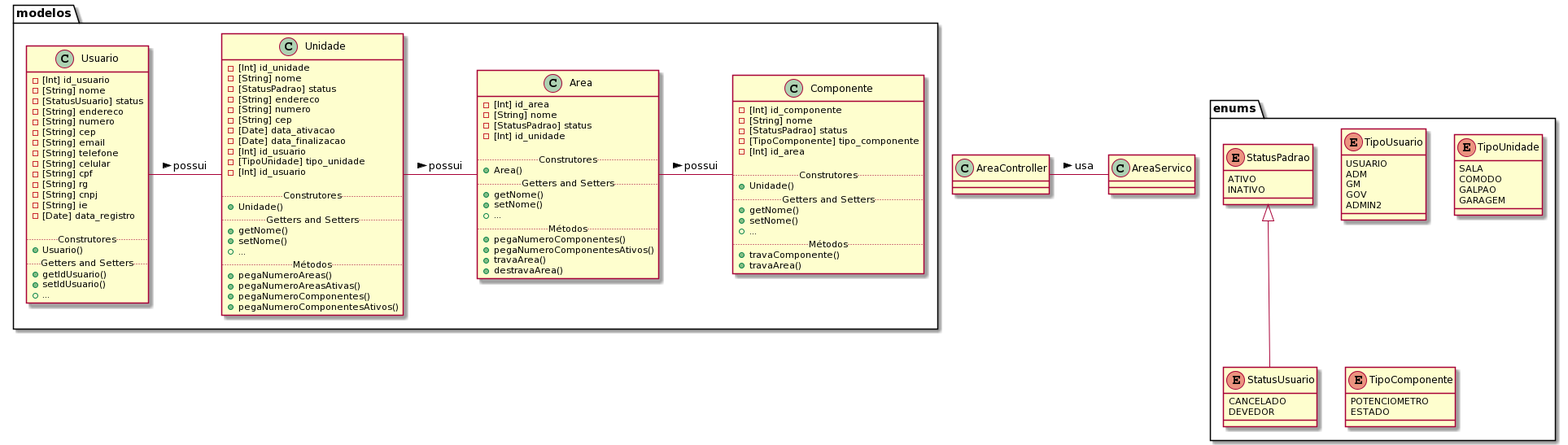
This is Projeto/Imagens/diagramageral.png from gutluana/Markab, a PlantUML export, as it was before one commit. The source it was exported from:
```plantuml
@startuml
package modelos {

class Usuario {
    -[Int] id_usuario
    -[String] nome
    -[StatusUsuario] status
    -[String] endereco
    -[String] numero
    -[String] cep
    -[String] email
    -[String] telefone
    -[String] celular
    -[String] cpf
    -[String] rg
    -[String] cnpj
    -[String] ie
    -[Date] data_registro

  .. Construtores ..
    +Usuario()
  .. Getters and Setters ..
    +getIdUsuario()
    +setIdUsuario()
    +...
}


class Unidade {
    -[Int] id_unidade
    -[String] nome
    -[StatusPadrao] status
    -[String] endereco
    -[String] numero
    -[String] cep
    -[Date] data_ativacao
    -[Date] data_finalizacao
    -[Int] id_usuario
    -[TipoUnidade] tipo_unidade
    -[Int] id_usuario

  .. Construtores ..
    +Unidade()
  .. Getters and Setters ..
    +getNome()
    +setNome()
    +...
  .. Métodos ..
    +pegaNumeroAreas()
    +pegaNumeroAreasAtivas()
    +pegaNumeroComponentes()
    +pegaNumeroComponentesAtivos()
}


class Area {
    -[Int] id_area
    -[String] nome
    -[StatusPadrao] status
    -[Int] id_unidade

  .. Construtores ..
    +Area()
  .. Getters and Setters ..
    +getNome()
    +setNome()
    +...
  .. Métodos ..
    +pegaNumeroComponentes()
    +pegaNumeroComponentesAtivos()
    +travaArea()
    +destravaArea()
}


class Componente {
    -[Int] id_componente
    -[String] nome
    -[StatusPadrao] status
    -[TipoComponente] tipo_componente
    -[Int] id_area

  .. Construtores ..
    +Unidade()
  .. Getters and Setters ..
    +getNome()
    +setNome()
    +...
  .. Métodos ..
    +travaComponente()
    +travaArea()
}


}

package enums{


enum StatusPadrao {
  ATIVO
  INATIVO
}


enum StatusUsuario extends StatusPadrao{
  CANCELADO
  DEVEDOR
}



enum TipoUsuario {
  USUARIO
  ADM
  GM
  GOV
  ADMIN2
}


enum TipoUnidade {
  SALA
  COMODO
  GALPAO
  GARAGEM
}


enum TipoComponente {
  POTENCIOMETRO
  ESTADO
}


}

Usuario - Unidade : possui >
Unidade - Area : possui >
Area - Componente : possui >

AreaController - AreaServico : usa >
@enduml
```
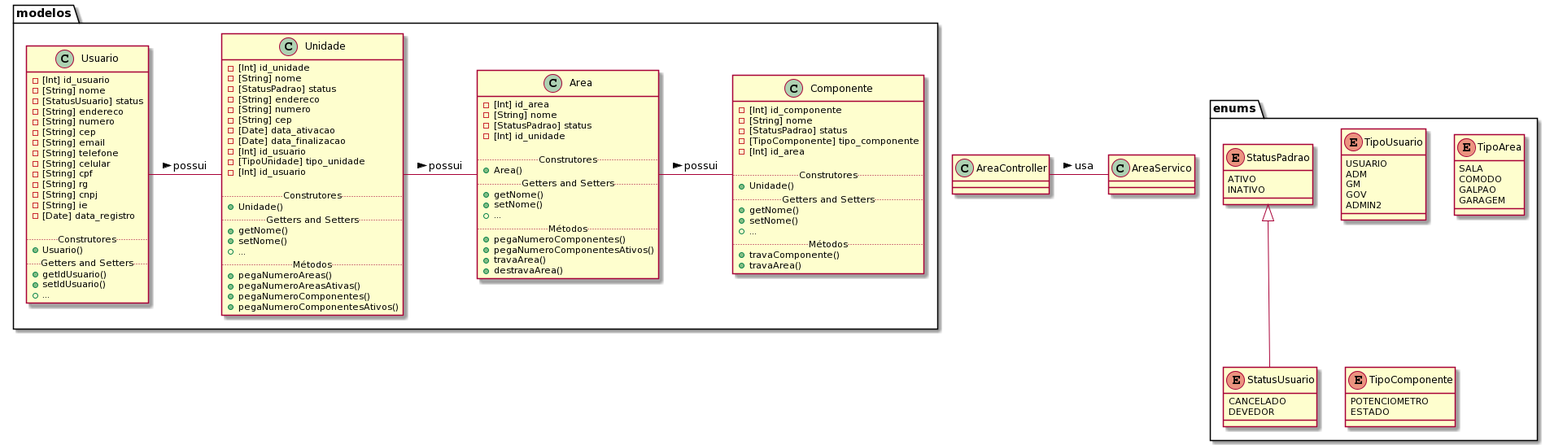
Later version of the same file.

Diff of the diagram source:
```diff
@@ -1,7 +1,6 @@
 @startuml
 package modelos {
-
-class Usuario {
+    class Usuario {
     -[Int] id_usuario
     -[String] nome
     -[StatusUsuario] status
@@ -24,9 +23,7 @@
     +setIdUsuario()
     +...
 }
-
-
-class Unidade {
+    class Unidade {
     -[Int] id_unidade
     -[String] nome
     -[StatusPadrao] status
@@ -51,9 +48,7 @@
     +pegaNumeroComponentes()
     +pegaNumeroComponentesAtivos()
 }
-
-
-class Area {
+    class Area {
     -[Int] id_area
     -[String] nome
     -[StatusPadrao] status
@@ -71,9 +66,7 @@
     +travaArea()
     +destravaArea()
 }
-
-
-class Componente {
+    class Componente {
     -[Int] id_componente
     -[String] nome
     -[StatusPadrao] status
@@ -90,49 +83,35 @@
     +travaComponente()
     +travaArea()
 }
-
-
 }
 
 package enums{
-
-
-enum StatusPadrao {
+   enum StatusPadrao {
   ATIVO
   INATIVO
 }
-
 
 enum StatusUsuario extends StatusPadrao{
   CANCELADO
   DEVEDOR
 }
-
-
-
-enum TipoUsuario {
+    enum TipoUsuario {
   USUARIO
   ADM
   GM
   GOV
   ADMIN2
 }
-
-
-enum TipoUnidade {
+    enum TipoArea {
   SALA
   COMODO
   GALPAO
   GARAGEM
 }
-
-
-enum TipoComponente {
+    enum TipoComponente {
   POTENCIOMETRO
   ESTADO
 }
-
-
 }
 
 Usuario - Unidade : possui >
```
